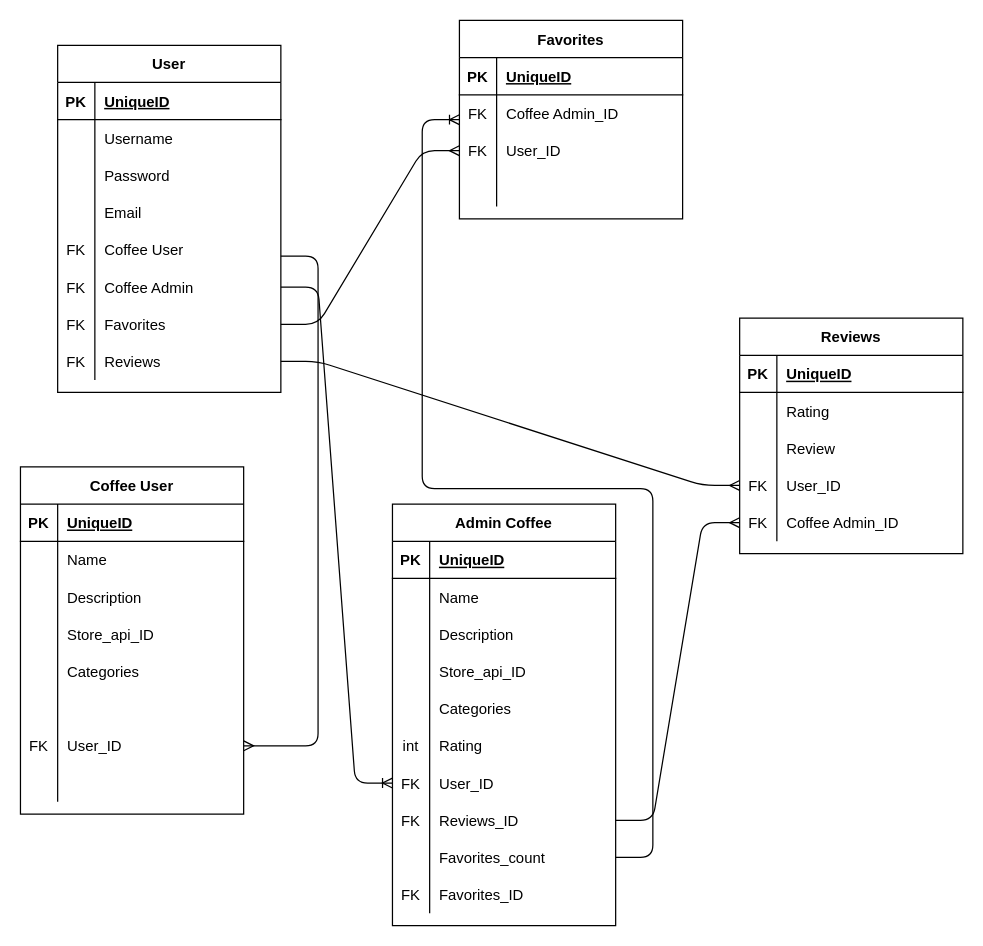
Earlier version of the draw.io diagram ERD 2 Coffe.drawio (MashdorDev/buzz). Source tidied: cells renumbered, new cells numbered last; positions are measured from the earlier drawing's top-left corner, leaving out a move shared by most shapes. Both pictures are drawn from the tidied source at 124%, with x=0, y=0 at pixel (20, 20).
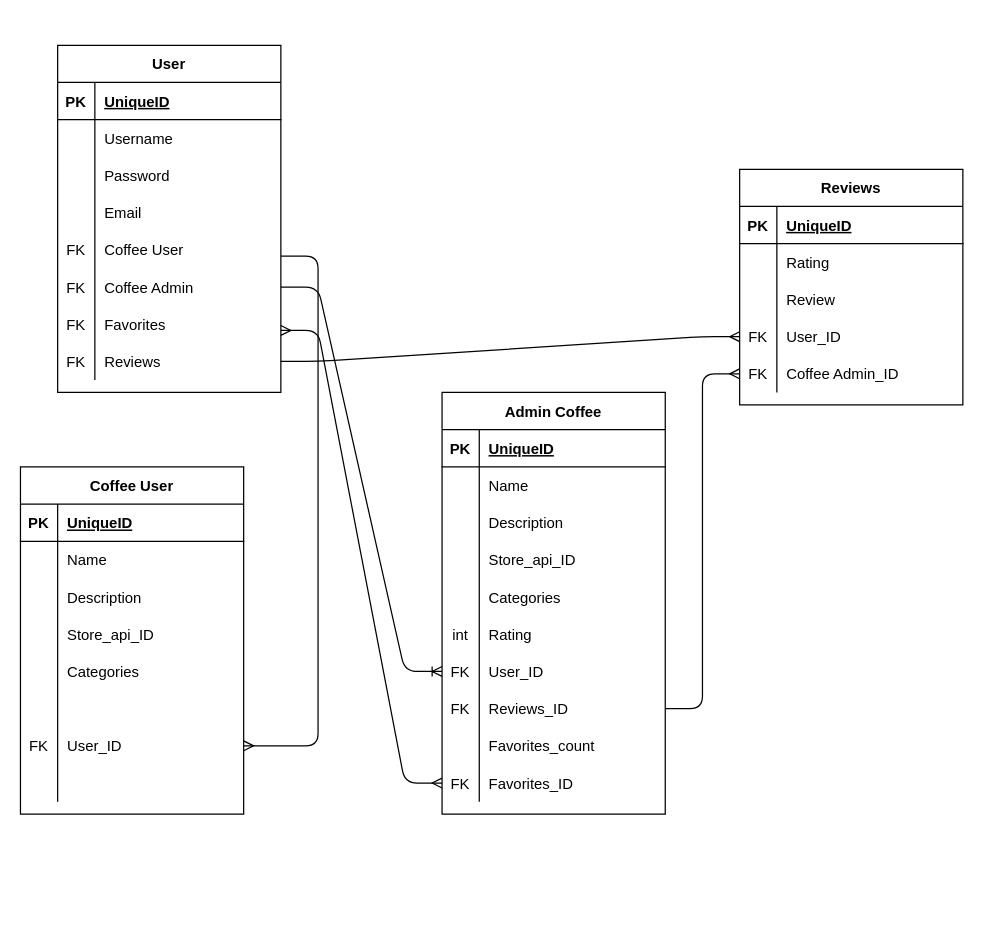
The same page after the edit.

Commit message (it also covers changes not shown here):
can add coffee as well as photo feature

The change refers to these unchanged cells:
```xml
<mxCell id="21" style="shape=partialRectangle;fillColor=none;top=0;left=0;bottom=0;right=0;points=[[0,0.5],[1,0.5]];portConstraint=eastwest;" parent="2" vertex="1">
  <mxGeometry y="210" width="180" height="30" as="geometry" />
</mxCell>
<mxCell id="106" style="shape=partialRectangle;fillColor=none;top=0;left=0;bottom=0;right=0;points=[[0,0.5],[1,0.5]];portConstraint=eastwest;" parent="81" vertex="1">
  <mxGeometry y="270" width="180" height="30" as="geometry" />
</mxCell>
<mxCell id="109" style="shape=partialRectangle;fillColor=none;top=0;left=0;bottom=0;right=0;points=[[0,0.5],[1,0.5]];portConstraint=eastwest;" parent="81" vertex="1">
  <mxGeometry y="300" width="180" height="30" as="geometry" />
</mxCell>
```

Change to the diagram source:
```diff
@@
-    <mxCell id="27" value="Favorites" style="shape=table;startSize=30;childLayout=tableLayout;rowLines=0;fontStyle=1;align=center;" parent="1" vertex="1">
-      <mxGeometry x="354" width="180" height="160" as="geometry" />
-    </mxCell>
-    <mxCell id="28" style="shape=partialRectangle;fillColor=none;top=0;left=0;bottom=1;right=0;" parent="27" vertex="1">
-      <mxGeometry y="30" width="180" height="30" as="geometry" />
-    </mxCell>
-    <mxCell id="29" value="PK" style="shape=partialRectangle;fillColor=none;top=0;left=0;bottom=0;right=0;fontStyle=1;overflow=hidden;" parent="28" vertex="1">
-      <mxGeometry width="30" height="30" as="geometry" />
-    </mxCell>
-    <mxCell id="30" value="UniqueID" style="shape=partialRectangle;fillColor=none;top=0;left=0;bottom=0;right=0;align=left;spacingLeft=6;fontStyle=5;overflow=hidden;" parent="28" vertex="1">
-      <mxGeometry x="30" width="150" height="30" as="geometry" />
-    </mxCell>
-    <mxCell id="31" style="shape=partialRectangle;fillColor=none;top=0;left=0;bottom=0;right=0;" parent="27" vertex="1">
-      <mxGeometry y="60" width="180" height="30" as="geometry" />
-    </mxCell>
-    <mxCell id="32" value="FK" style="shape=partialRectangle;fillColor=none;top=0;left=0;bottom=0;right=0;overflow=hidden;" parent="31" vertex="1">
-      <mxGeometry width="30" height="30" as="geometry" />
-    </mxCell>
-    <mxCell id="33" value="Coffee Admin_ID" style="shape=partialRectangle;fillColor=none;top=0;left=0;bottom=0;right=0;align=left;spacingLeft=6;overflow=hidden;" parent="31" vertex="1">
-      <mxGeometry x="30" width="150" height="30" as="geometry" />
-    </mxCell>
-    <mxCell id="34" style="shape=partialRectangle;fillColor=none;top=0;left=0;bottom=0;right=0;points=[[0,0.5],[1,0.5]];portConstraint=eastwest;" parent="27" vertex="1">
-      <mxGeometry y="90" width="180" height="30" as="geometry" />
-    </mxCell>
-    <mxCell id="35" value="FK" style="shape=partialRectangle;fillColor=none;top=0;left=0;bottom=0;right=0;overflow=hidden;" parent="34" vertex="1">
-      <mxGeometry width="30" height="30" as="geometry" />
-    </mxCell>
-    <mxCell id="36" value="User_ID" style="shape=partialRectangle;fillColor=none;top=0;left=0;bottom=0;right=0;align=left;spacingLeft=6;overflow=hidden;" parent="34" vertex="1">
-      <mxGeometry x="30" width="150" height="30" as="geometry" />
-    </mxCell>
-    <mxCell id="37" style="shape=partialRectangle;fillColor=none;top=0;left=0;bottom=0;right=0;" parent="27" vertex="1">
-      <mxGeometry y="120" width="180" height="30" as="geometry" />
-    </mxCell>
-    <mxCell id="38" style="shape=partialRectangle;fillColor=none;top=0;left=0;bottom=0;right=0;overflow=hidden;" parent="37" vertex="1">
-      <mxGeometry width="30" height="30" as="geometry" />
-    </mxCell>
-    <mxCell id="39" style="shape=partialRectangle;fillColor=none;top=0;left=0;bottom=0;right=0;align=left;spacingLeft=6;overflow=hidden;" parent="37" vertex="1">
-      <mxGeometry x="30" width="150" height="30" as="geometry" />
-    </mxCell>
     <mxCell id="40" value="Reviews" style="shape=table;startSize=30;childLayout=tableLayout;rowLines=0;fontStyle=1;align=center;" parent="1" vertex="1">
-      <mxGeometry x="580" y="240" width="180" height="190" as="geometry" />
+      <mxGeometry x="580" y="120" width="180" height="190" as="geometry" />
     </mxCell>
@@
     <mxCell id="81" value="Admin Coffee" style="shape=table;startSize=30;childLayout=tableLayout;rowLines=0;fontStyle=1;align=center;" parent="1" vertex="1">
-      <mxGeometry x="300" y="390" width="180" height="340" as="geometry" />
+      <mxGeometry x="340" y="300" width="180" height="340" as="geometry" />
     </mxCell>
@@
-    <mxCell id="115" style="edgeStyle=entityRelationEdgeStyle;fontSize=12;html=1;endArrow=ERmany;entryX=0;entryY=0.5;entryDx=0;entryDy=0;exitX=1;exitY=0.5;exitDx=0;exitDy=0;" parent="1" edge="1" source="21" target="34">
-      <mxGeometry relative="1" as="geometry" />
-    </mxCell>
@@
-    <mxCell id="117" style="edgeStyle=entityRelationEdgeStyle;fontSize=12;html=1;endArrow=ERoneToMany;" parent="1" edge="1" source="106">
-      <mxGeometry relative="1" as="geometry">
-        <mxPoint x="354" y="80" as="targetPoint" />
-      </mxGeometry>
-    </mxCell>
+    <mxCell id="118" style="edgeStyle=entityRelationEdgeStyle;fontSize=12;html=1;endArrow=ERmany;startArrow=ERmany;entryX=0;entryY=0.5;entryDx=0;entryDy=0;" parent="1" edge="1" target="109">
+      <mxGeometry relative="1" as="geometry">
+        <mxPoint x="210" y="250" as="sourcePoint" />
+      </mxGeometry>
+    </mxCell>
```
